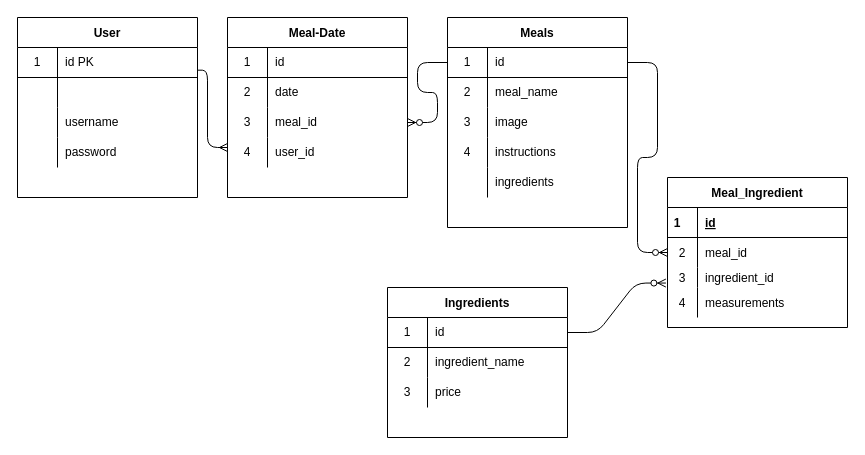
Earlier version of the draw.io diagram erd.drawio (Ikomeda/hellyum). Source tidied: cells renumbered, new cells numbered last; positions are measured from the earlier drawing's top-left corner, leaving out a move shared by most shapes. Both pictures are drawn from the tidied source at 100%, with x=0, y=0 at pixel (17, 17).
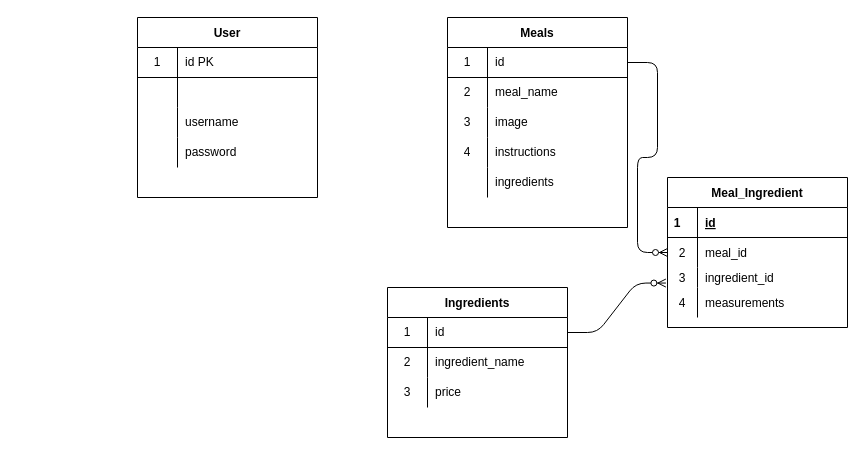
The same diagram, later.

Unchanged cells that the change refers to:
```xml
<mxCell id="3" style="shape=partialRectangle;html=1;whiteSpace=wrap;fillColor=none;top=0;left=0;bottom=1;right=0;points=[[0,0.5],[1,0.5]];portConstraint=eastwest;" parent="2" vertex="1">
  <mxGeometry y="30" width="180" height="30" as="geometry" />
</mxCell>
<mxCell id="16" style="shape=partialRectangle;html=1;whiteSpace=wrap;fillColor=none;top=0;left=0;bottom=1;right=0;points=[[0,0.5],[1,0.5]];portConstraint=eastwest;" parent="15" vertex="1">
  <mxGeometry y="30" width="180" height="30" as="geometry" />
</mxCell>
```

Change to the diagram source:
```diff
@@
     <mxCell id="2" value="User" style="shape=table;startSize=30;childLayout=tableLayout;rowLines=0;fontStyle=1;align=center;" parent="1" vertex="1">
-      <mxGeometry width="180" height="180" as="geometry" />
+      <mxGeometry x="120" width="180" height="180" as="geometry" />
     </mxCell>
@@
-    <mxCell id="41" value="Meal-Date" style="shape=table;startSize=30;childLayout=tableLayout;rowLines=0;fontStyle=1;align=center;" parent="1" vertex="1">
-      <mxGeometry x="210" width="180" height="180" as="geometry" />
-    </mxCell>
-    <mxCell id="42" style="shape=partialRectangle;html=1;whiteSpace=wrap;fillColor=none;top=0;left=0;bottom=1;right=0;" parent="41" vertex="1">
-      <mxGeometry y="30" width="180" height="30" as="geometry" />
-    </mxCell>
-    <mxCell id="43" value="1" style="shape=partialRectangle;html=1;whiteSpace=wrap;fillColor=none;top=0;left=0;bottom=0;right=0;overflow=hidden;" parent="42" vertex="1">
-      <mxGeometry width="40" height="30" as="geometry" />
-    </mxCell>
-    <mxCell id="44" value="id" style="shape=partialRectangle;html=1;whiteSpace=wrap;fillColor=none;top=0;left=0;bottom=0;right=0;align=left;spacingLeft=6;overflow=hidden;" parent="42" vertex="1">
-      <mxGeometry x="40" width="140" height="30" as="geometry" />
-    </mxCell>
-    <mxCell id="45" style="shape=partialRectangle;html=1;whiteSpace=wrap;fillColor=none;top=0;left=0;bottom=0;right=0;" parent="41" vertex="1">
-      <mxGeometry y="60" width="180" height="30" as="geometry" />
-    </mxCell>
-    <mxCell id="46" value="2" style="shape=partialRectangle;html=1;whiteSpace=wrap;fillColor=none;top=0;left=0;bottom=0;right=0;overflow=hidden;" parent="45" vertex="1">
-      <mxGeometry width="40" height="30" as="geometry" />
-    </mxCell>
-    <mxCell id="47" value="date" style="shape=partialRectangle;html=1;whiteSpace=wrap;fillColor=none;top=0;left=0;bottom=0;right=0;align=left;spacingLeft=6;overflow=hidden;" parent="45" vertex="1">
-      <mxGeometry x="40" width="140" height="30" as="geometry" />
-    </mxCell>
-    <mxCell id="48" style="shape=partialRectangle;html=1;whiteSpace=wrap;fillColor=none;top=0;left=0;bottom=0;right=0;points=[[0,0.5],[1,0.5]];portConstraint=eastwest;" parent="41" vertex="1">
-      <mxGeometry y="90" width="180" height="30" as="geometry" />
-    </mxCell>
-    <mxCell id="49" value="3" style="shape=partialRectangle;html=1;whiteSpace=wrap;fillColor=none;top=0;left=0;bottom=0;right=0;overflow=hidden;" parent="48" vertex="1">
-      <mxGeometry width="40" height="30" as="geometry" />
-    </mxCell>
-    <mxCell id="50" value="meal_id" style="shape=partialRectangle;html=1;whiteSpace=wrap;fillColor=none;top=0;left=0;bottom=0;right=0;align=left;spacingLeft=6;overflow=hidden;" parent="48" vertex="1">
-      <mxGeometry x="40" width="140" height="30" as="geometry" />
-    </mxCell>
-    <mxCell id="51" style="shape=partialRectangle;html=1;whiteSpace=wrap;fillColor=none;top=0;left=0;bottom=0;right=0;" parent="41" vertex="1">
-      <mxGeometry y="120" width="180" height="30" as="geometry" />
-    </mxCell>
-    <mxCell id="52" value="4" style="shape=partialRectangle;html=1;whiteSpace=wrap;fillColor=none;top=0;left=0;bottom=0;right=0;overflow=hidden;" parent="51" vertex="1">
-      <mxGeometry width="40" height="30" as="geometry" />
-    </mxCell>
-    <mxCell id="53" value="user_id" style="shape=partialRectangle;html=1;whiteSpace=wrap;fillColor=none;top=0;left=0;bottom=0;right=0;align=left;spacingLeft=6;overflow=hidden;" parent="51" vertex="1">
-      <mxGeometry x="40" width="140" height="30" as="geometry" />
-    </mxCell>
-    <mxCell id="54" style="edgeStyle=elbowEdgeStyle;elbow=horizontal;endArrow=ERmany;html=1;endFill=0;exitX=0.998;exitY=0.756;exitDx=0;exitDy=0;exitPerimeter=0;" parent="1" edge="1" source="3">
-      <mxGeometry relative="1" as="geometry">
-        <mxPoint x="210" y="130" as="targetPoint" />
-        <Array as="points">
-          <mxPoint x="190" y="180" />
-        </Array>
-      </mxGeometry>
-    </mxCell>
-    <mxCell id="55" style="edgeStyle=entityRelationEdgeStyle;fontSize=12;html=1;endArrow=ERzeroToMany;endFill=1;exitX=0;exitY=0.5;exitDx=0;exitDy=0;entryX=1;entryY=0.5;entryDx=0;entryDy=0;" parent="1" edge="1" source="16" target="48">
-      <mxGeometry relative="1" as="geometry" />
-    </mxCell>
```
